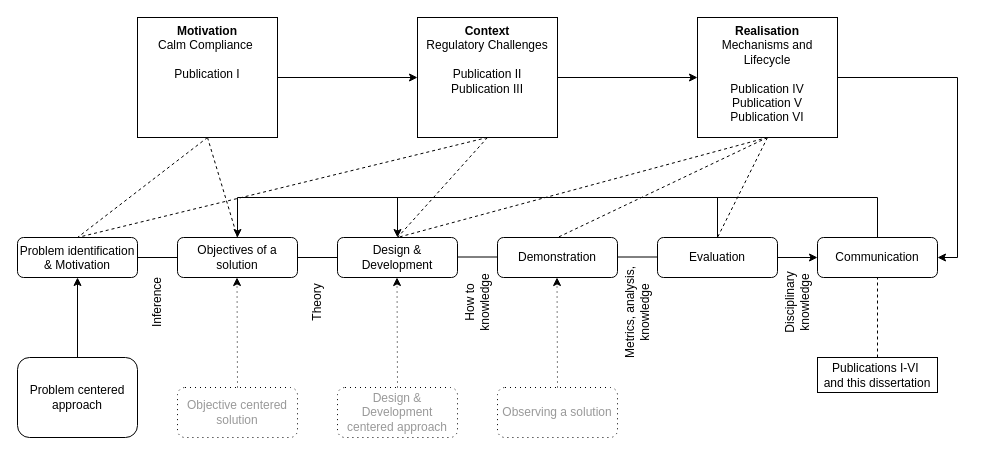
The draw.io diagram dsrp_for_thesis_research.drawio in devgranlund/idea-settings, before the edit. Source tidied: cells renumbered, new cells numbered last; positions are measured from the earlier drawing's top-left corner, leaving out a move shared by most shapes. Both pictures are drawn from the tidied source at 100%, with x=0, y=0 at pixel (17, 17).
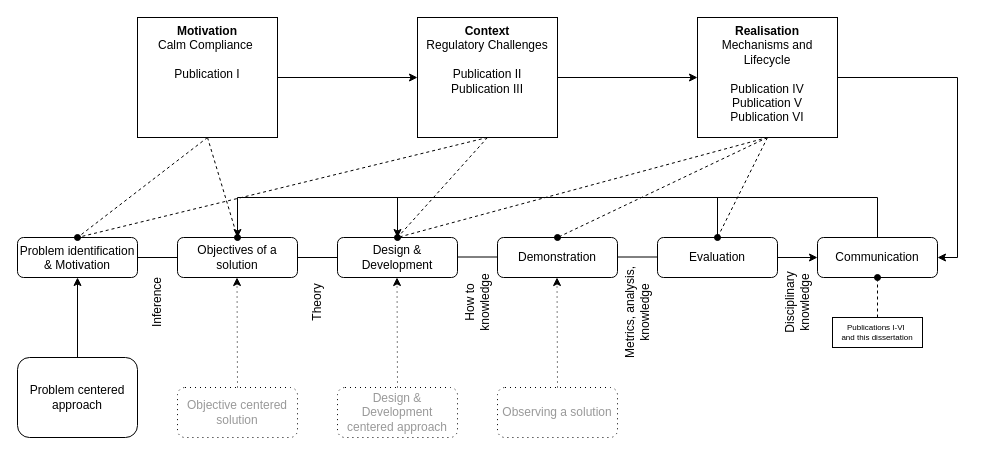
The same page after the edit.

Unchanged cells that the change refers to:
```xml
<mxCell id="3" value="Problem identification &amp;amp; Motivation" style="rounded=1;whiteSpace=wrap;html=1;fontSize=12;glass=0;strokeWidth=1;shadow=0;verticalAlign=top;" parent="1" vertex="1">
  <mxGeometry y="220" width="120" height="40" as="geometry" />
</mxCell>
<mxCell id="4" value="Objectives of a solution" style="rounded=1;whiteSpace=wrap;html=1;fontSize=12;glass=0;strokeWidth=1;shadow=0;" parent="1" vertex="1">
  <mxGeometry x="160" y="220" width="120" height="40" as="geometry" />
</mxCell>
<mxCell id="5" value="Design &amp;amp; Development" style="rounded=1;whiteSpace=wrap;html=1;fontSize=12;glass=0;strokeWidth=1;shadow=0;" parent="1" vertex="1">
  <mxGeometry x="320" y="220" width="120" height="40" as="geometry" />
</mxCell>
<mxCell id="6" value="Demonstration" style="rounded=1;whiteSpace=wrap;html=1;fontSize=12;glass=0;strokeWidth=1;shadow=0;" parent="1" vertex="1">
  <mxGeometry x="480" y="220" width="120" height="40" as="geometry" />
</mxCell>
<mxCell id="7" value="Evaluation" style="rounded=1;whiteSpace=wrap;html=1;fontSize=12;glass=0;strokeWidth=1;shadow=0;" parent="1" vertex="1">
  <mxGeometry x="640" y="220" width="120" height="40" as="geometry" />
</mxCell>
<mxCell id="34" value="&lt;b&gt;Motivation&lt;br&gt;&lt;/b&gt;Calm Compliance&amp;nbsp;&lt;br&gt;&lt;br&gt;Publication I" style="rounded=0;whiteSpace=wrap;html=1;verticalAlign=top;" parent="1" vertex="1">
  <mxGeometry x="120" width="140" height="120" as="geometry" />
</mxCell>
<mxCell id="39" value="&lt;b&gt;Context&lt;/b&gt;&lt;br&gt;Regulatory Challenges&lt;br&gt;&lt;br&gt;Publication II&lt;br&gt;Publication III" style="rounded=0;whiteSpace=wrap;html=1;verticalAlign=top;" parent="1" vertex="1">
  <mxGeometry x="400" width="140" height="120" as="geometry" />
</mxCell>
<mxCell id="43" value="&lt;b&gt;Realisation&lt;/b&gt;&lt;br&gt;Mechanisms and Lifecycle&lt;br&gt;&lt;br&gt;Publication IV&lt;br&gt;Publication V&lt;br&gt;Publication VI" style="rounded=0;whiteSpace=wrap;html=1;verticalAlign=top;" parent="1" vertex="1">
  <mxGeometry x="680" width="140" height="120" as="geometry" />
</mxCell>
```

What changed in the source:
```diff
@@
-    <mxCell id="36" style="edgeStyle=none;rounded=0;jettySize=auto;html=1;exitX=0.5;exitY=1;exitDx=0;exitDy=0;entryX=0.5;entryY=0;entryDx=0;entryDy=0;endArrow=none;endFill=0;dashed=1;" parent="1" edge="1" source="39" target="3">
+    <mxCell id="36" style="edgeStyle=none;rounded=0;jettySize=auto;html=1;exitX=0.5;exitY=1;exitDx=0;exitDy=0;entryX=0.5;entryY=0;entryDx=0;entryDy=0;endArrow=oval;endFill=1;dashed=1;" parent="1" edge="1" source="39" target="3">
       <mxGeometry relative="1" as="geometry" />
     </mxCell>
-    <mxCell id="37" style="edgeStyle=none;rounded=0;jettySize=auto;html=1;exitX=0.5;exitY=1;exitDx=0;exitDy=0;entryX=0.5;entryY=0;entryDx=0;entryDy=0;endArrow=none;endFill=0;dashed=1;" parent="1" edge="1" source="34" target="4">
+    <mxCell id="37" style="edgeStyle=none;rounded=0;jettySize=auto;html=1;exitX=0.5;exitY=1;exitDx=0;exitDy=0;entryX=0.5;entryY=0;entryDx=0;entryDy=0;endArrow=oval;endFill=1;dashed=1;" parent="1" edge="1" source="34" target="4">
       <mxGeometry relative="1" as="geometry" />
     </mxCell>
-    <mxCell id="38" style="rounded=0;jettySize=auto;html=1;exitX=0.5;exitY=1;exitDx=0;exitDy=0;dashed=1;endArrow=none;endFill=0;" parent="1" edge="1" source="39">
-      <mxGeometry relative="1" as="geometry">
-        <mxPoint x="380" y="220" as="targetPoint" />
-      </mxGeometry>
+    <mxCell id="38" style="rounded=0;jettySize=auto;html=1;exitX=0.5;exitY=1;exitDx=0;exitDy=0;dashed=1;endArrow=none;endFill=0;entryX=0.5;entryY=0;entryDx=0;entryDy=0;" parent="1" edge="1" source="39" target="5">
+      <mxGeometry relative="1" as="geometry" />
     </mxCell>
@@
-    <mxCell id="40" style="edgeStyle=none;rounded=0;jettySize=auto;html=1;exitX=0.5;exitY=1;exitDx=0;exitDy=0;entryX=0.5;entryY=0;entryDx=0;entryDy=0;endArrow=none;endFill=0;dashed=1;" parent="1" edge="1" source="43" target="5">
+    <mxCell id="40" style="edgeStyle=none;rounded=0;jettySize=auto;html=1;exitX=0.5;exitY=1;exitDx=0;exitDy=0;entryX=0.5;entryY=0;entryDx=0;entryDy=0;endArrow=oval;endFill=1;dashed=1;" parent="1" edge="1" source="43" target="5">
       <mxGeometry relative="1" as="geometry" />
     </mxCell>
-    <mxCell id="41" style="edgeStyle=none;rounded=0;jettySize=auto;html=1;exitX=0.5;exitY=1;exitDx=0;exitDy=0;entryX=0.5;entryY=0;entryDx=0;entryDy=0;endArrow=none;endFill=0;dashed=1;" parent="1" edge="1" source="43" target="6">
+    <mxCell id="41" style="edgeStyle=none;rounded=0;jettySize=auto;html=1;exitX=0.5;exitY=1;exitDx=0;exitDy=0;entryX=0.5;entryY=0;entryDx=0;entryDy=0;endArrow=oval;endFill=1;dashed=1;" parent="1" edge="1" source="43" target="6">
       <mxGeometry relative="1" as="geometry" />
     </mxCell>
-    <mxCell id="42" style="edgeStyle=none;rounded=0;jettySize=auto;html=1;exitX=0.5;exitY=1;exitDx=0;exitDy=0;entryX=0.5;entryY=0;entryDx=0;entryDy=0;endArrow=none;endFill=0;dashed=1;" parent="1" edge="1" source="43" target="7">
+    <mxCell id="42" style="edgeStyle=none;rounded=0;jettySize=auto;html=1;exitX=0.5;exitY=1;exitDx=0;exitDy=0;entryX=0.5;entryY=0;entryDx=0;entryDy=0;endArrow=oval;endFill=1;dashed=1;" parent="1" edge="1" source="43" target="7">
       <mxGeometry relative="1" as="geometry" />
     </mxCell>
@@
-    <mxCell id="44" value="Publications I-VI&amp;nbsp;&lt;div&gt;and this dissertation&lt;/div&gt;" style="rounded=0;whiteSpace=wrap;html=1;fontSize=12;glass=0;strokeWidth=1;shadow=0;verticalAlign=middle;" parent="1" vertex="1">
-      <mxGeometry x="800" y="340" width="120" height="35" as="geometry" />
+    <mxCell id="44" value="Publications I-VI&amp;nbsp;&lt;div&gt;and this dissertation&lt;/div&gt;" style="rounded=0;whiteSpace=wrap;html=1;fontSize=8;glass=0;strokeWidth=1;shadow=0;verticalAlign=middle;" parent="1" vertex="1">
+      <mxGeometry x="815" y="300" width="90" height="30" as="geometry" />
     </mxCell>
-    <mxCell id="45" style="endArrow=none;html=1;rounded=0;exitX=0.5;exitY=0;exitDx=0;exitDy=0;entryX=0.5;entryY=1;entryDx=0;entryDy=0;endFill=0;dashed=1;" parent="1" edge="1" source="44">
+    <mxCell id="45" style="endArrow=oval;html=1;rounded=0;exitX=0.5;exitY=0;exitDx=0;exitDy=0;entryX=0.5;entryY=1;entryDx=0;entryDy=0;endFill=1;dashed=1;" parent="1" edge="1" source="44">
       <mxGeometry relative="1" as="geometry">
         <mxPoint x="860" y="260" as="targetPoint" />
       </mxGeometry>
     </mxCell>
```
